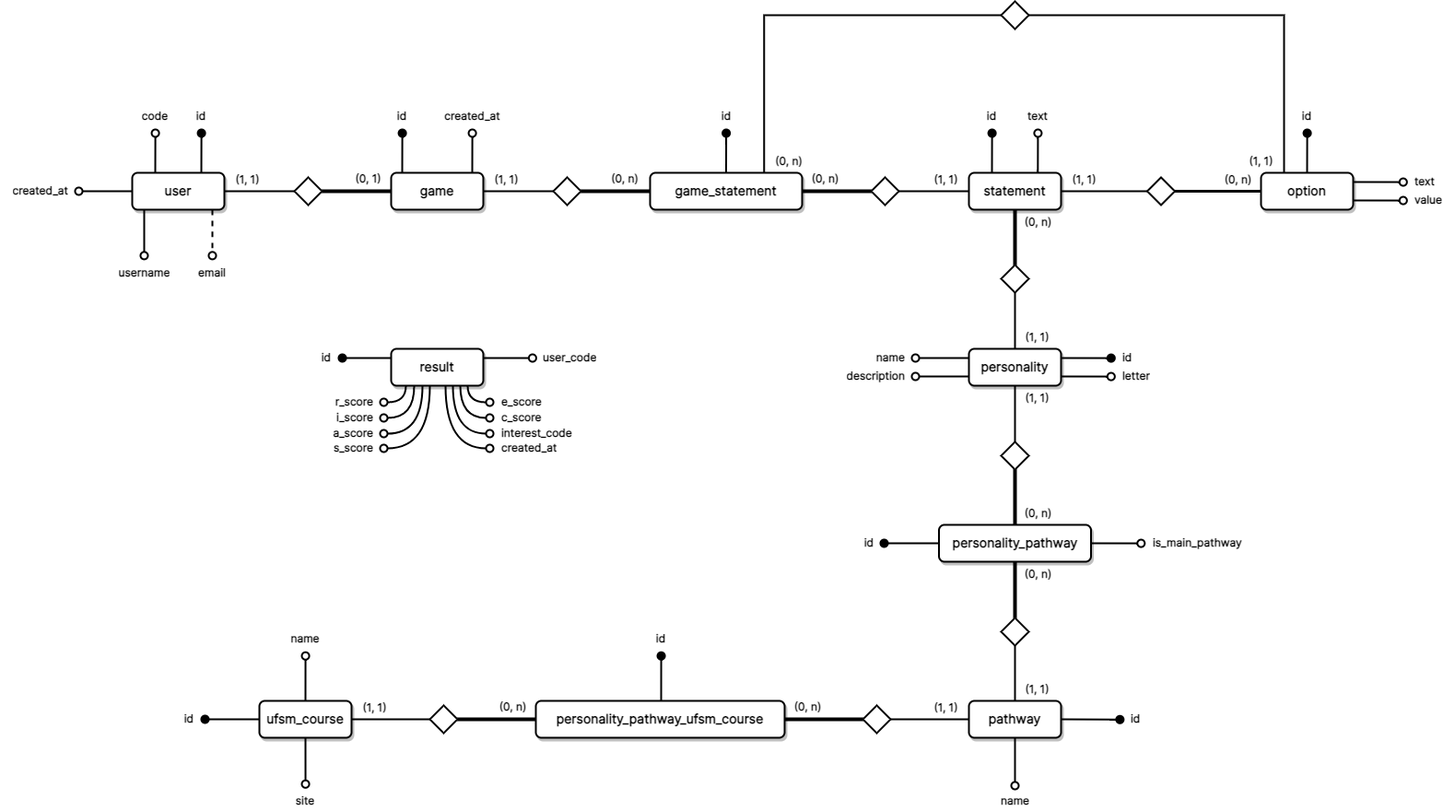
Earlier version of the draw.io export database/design/diagrama-er-peter-chen.drawio.png (elc1074-universe/universe). Source tidied: cells renumbered, new cells last; positions are measured from the earlier drawing's top-left corner, leaving out a move shared by most shapes.
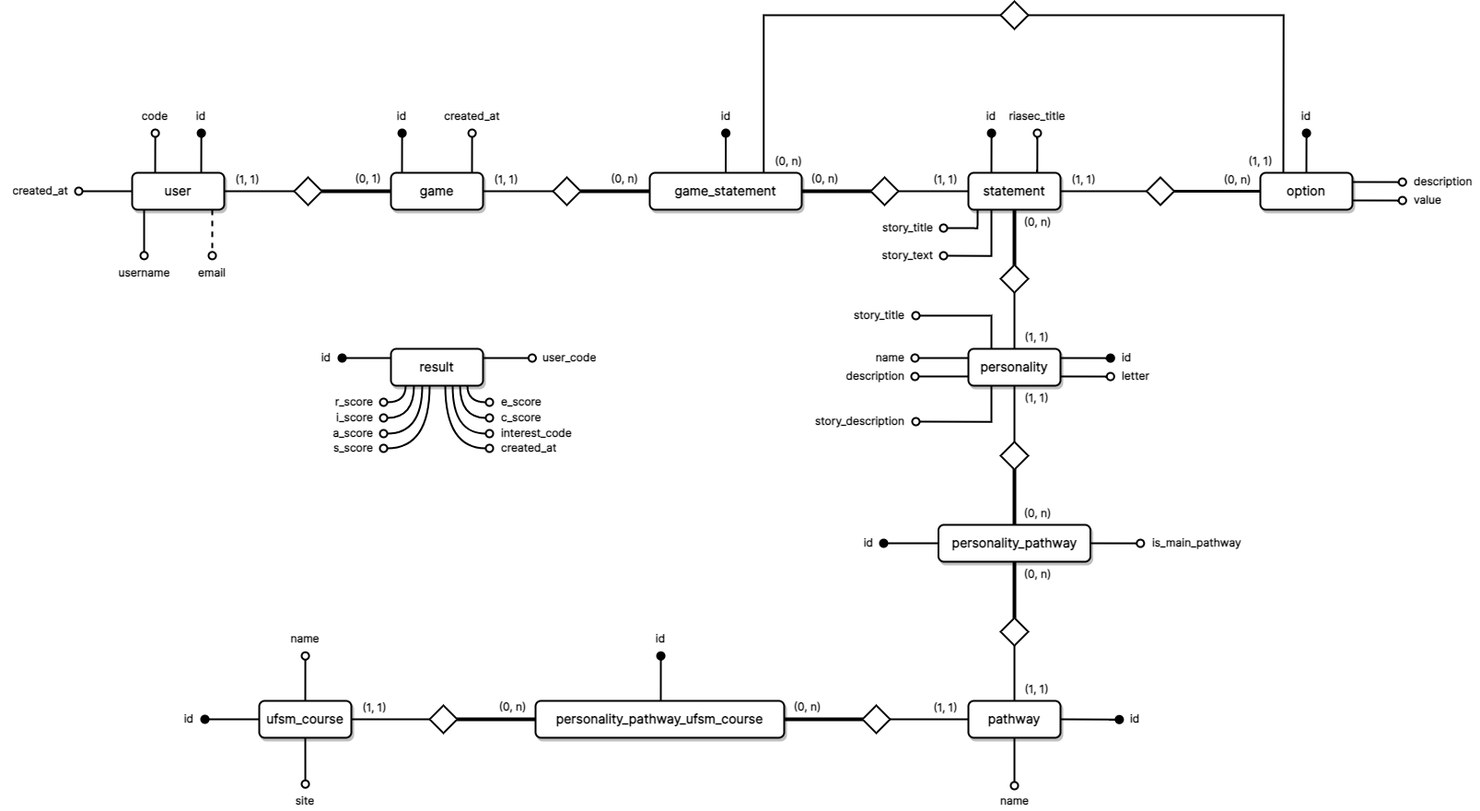
Above is the later version.

What changed in the source:
```diff
@@ -46,6 +46,22 @@
     <mxCell id="14" style="edgeStyle=none;curved=1;rounded=0;jettySize=auto;html=1;exitX=1;exitY=0.5;exitDx=0;exitDy=0;entryX=0;entryY=0.5;entryDx=0;entryDy=0;fontSize=12;startSize=8;endSize=8;endArrow=none;endFill=0;strokeWidth=2;" parent="1" edge="1" source="15" target="118">
       <mxGeometry relative="1" as="geometry" />
     </mxCell>
+    <mxCell id="133" style="edgeStyle=orthogonalEdgeStyle;rounded=0;jettySize=auto;html=1;exitX=0.25;exitY=1;exitDx=0;exitDy=0;fontSize=12;startSize=8;endSize=8;endArrow=oval;endFill=0;strokeWidth=2;" parent="1" edge="1" source="15">
+      <mxGeometry relative="1" as="geometry">
+        <mxPoint x="1024" y="276" as="targetPoint" />
+        <Array as="points">
+          <mxPoint x="1076" y="276" />
+        </Array>
+      </mxGeometry>
+    </mxCell>
+    <mxCell id="134" style="edgeStyle=orthogonalEdgeStyle;rounded=0;jettySize=auto;html=1;exitX=0.1;exitY=0.994;exitDx=0;exitDy=0;fontSize=12;startSize=8;endSize=8;endArrow=oval;endFill=0;strokeWidth=2;exitPerimeter=0;" parent="1" edge="1" source="15">
+      <mxGeometry relative="1" as="geometry">
+        <mxPoint x="1024" y="246" as="targetPoint" />
+        <Array as="points">
+          <mxPoint x="1061" y="246" />
+        </Array>
+      </mxGeometry>
+    </mxCell>
     <mxCell id="15" value="statement" style="whiteSpace=wrap;html=1;align=center;fontSize=14;strokeWidth=2;fontFamily=Inter;fontSource=https%3A%2F%2Ffonts.googleapis.com%2Fcss%3Ffamily%3DInter;fontStyle=1;shadow=1;rounded=1;" parent="1" vertex="1">
       <mxGeometry x="1051" y="186" width="100" height="40" as="geometry" />
     </mxCell>
@@ -62,6 +78,22 @@
         <mxPoint x="993" y="387" as="targetPoint" />
       </mxGeometry>
     </mxCell>
+    <mxCell id="135" style="edgeStyle=orthogonalEdgeStyle;rounded=0;jettySize=auto;html=1;exitX=0.25;exitY=0;exitDx=0;exitDy=0;fontSize=12;startSize=8;endSize=8;endArrow=oval;endFill=0;strokeWidth=2;" parent="1" edge="1" source="19">
+      <mxGeometry relative="1" as="geometry">
+        <mxPoint x="994" y="341" as="targetPoint" />
+        <Array as="points">
+          <mxPoint x="1076" y="341" />
+        </Array>
+      </mxGeometry>
+    </mxCell>
+    <mxCell id="136" style="edgeStyle=orthogonalEdgeStyle;rounded=0;jettySize=auto;html=1;exitX=0.25;exitY=1;exitDx=0;exitDy=0;fontSize=12;startSize=8;endSize=8;endArrow=oval;endFill=0;strokeWidth=2;" parent="1" edge="1" source="19">
+      <mxGeometry relative="1" as="geometry">
+        <mxPoint x="994" y="456" as="targetPoint" />
+        <Array as="points">
+          <mxPoint x="1076" y="456" />
+        </Array>
+      </mxGeometry>
+    </mxCell>
     <mxCell id="19" value="personality" style="whiteSpace=wrap;html=1;align=center;fontSize=14;strokeWidth=2;fontFamily=Inter;fontSource=https%3A%2F%2Ffonts.googleapis.com%2Fcss%3Ffamily%3DInter;fontStyle=1;shadow=1;rounded=1;" parent="1" vertex="1">
       <mxGeometry x="1051" y="377" width="100" height="40" as="geometry" />
     </mxCell>
@@ -260,8 +292,8 @@
         <mxPoint x="1125.9" y="143" as="targetPoint" />
       </mxGeometry>
     </mxCell>
-    <mxCell id="76" value="text" style="text;strokeColor=none;fillColor=none;spacingLeft=4;spacingRight=4;overflow=hidden;fontSize=12;whiteSpace=wrap;html=1;fontFamily=Inter;fontSource=https%3A%2F%2Ffonts.googleapis.com%2Fcss%3Ffamily%3DInter;align=center;verticalAlign=middle;fontStyle=1;" parent="1" vertex="1">
-      <mxGeometry x="1106" y="115" width="40" height="20" as="geometry" />
+    <mxCell id="76" value="riasec_title" style="text;strokeColor=none;fillColor=none;spacingLeft=4;spacingRight=4;overflow=hidden;fontSize=12;whiteSpace=wrap;html=1;fontFamily=Inter;fontSource=https%3A%2F%2Ffonts.googleapis.com%2Fcss%3Ffamily%3DInter;align=center;verticalAlign=middle;fontStyle=1;" parent="1" vertex="1">
+      <mxGeometry x="1088.5" y="115" width="74" height="20" as="geometry" />
     </mxCell>
     <mxCell id="77" style="edgeStyle=none;curved=1;rounded=0;orthogonalLoop=1;jettySize=auto;html=1;exitX=0.75;exitY=0;exitDx=0;exitDy=0;fontSize=12;startSize=8;endSize=8;endArrow=oval;endFill=1;strokeWidth=2;" parent="1" edge="1">
       <mxGeometry relative="1" as="geometry">
@@ -492,8 +524,8 @@
         <mxPoint x="1522.3" y="196.1" as="targetPoint" />
       </mxGeometry>
     </mxCell>
-    <mxCell id="128" value="text" style="text;strokeColor=none;fillColor=none;spacingLeft=4;spacingRight=4;overflow=hidden;fontSize=12;whiteSpace=wrap;html=1;fontFamily=Inter;fontSource=https%3A%2F%2Ffonts.googleapis.com%2Fcss%3Ffamily%3DInter;align=left;verticalAlign=middle;fontStyle=1;" parent="1" vertex="1">
-      <mxGeometry x="1529" y="186" width="49" height="20" as="geometry" />
+    <mxCell id="128" value="description" style="text;strokeColor=none;fillColor=none;spacingLeft=4;spacingRight=4;overflow=hidden;fontSize=12;whiteSpace=wrap;html=1;fontFamily=Inter;fontSource=https%3A%2F%2Ffonts.googleapis.com%2Fcss%3Ffamily%3DInter;align=left;verticalAlign=middle;fontStyle=1;" parent="1" vertex="1">
+      <mxGeometry x="1529" y="186" width="77" height="20" as="geometry" />
     </mxCell>
     <mxCell id="129" style="edgeStyle=none;curved=1;rounded=0;orthogonalLoop=1;jettySize=auto;html=1;exitX=1;exitY=0.25;exitDx=0;exitDy=0;fontSize=12;startSize=8;endSize=8;endArrow=oval;endFill=0;strokeWidth=2;" parent="1" edge="1">
       <mxGeometry relative="1" as="geometry">
@@ -513,5 +545,17 @@
     <mxCell id="132" value="created_at" style="text;strokeColor=none;fillColor=none;spacingLeft=4;spacingRight=4;overflow=hidden;fontSize=12;whiteSpace=wrap;html=1;fontFamily=Inter;fontSource=https%3A%2F%2Ffonts.googleapis.com%2Fcss%3Ffamily%3DInter;align=right;verticalAlign=middle;fontStyle=1;" parent="1" vertex="1">
       <mxGeometry y="196" width="80" height="20" as="geometry" />
     </mxCell>
+    <mxCell id="137" value="story_title" style="text;strokeColor=none;fillColor=none;spacingLeft=4;spacingRight=4;overflow=hidden;fontSize=12;whiteSpace=wrap;html=1;fontFamily=Inter;fontSource=https%3A%2F%2Ffonts.googleapis.com%2Fcss%3Ffamily%3DInter;align=right;verticalAlign=middle;fontStyle=1;" parent="1" vertex="1">
+      <mxGeometry x="916" y="331" width="72" height="20" as="geometry" />
+    </mxCell>
+    <mxCell id="138" value="story_description" style="text;strokeColor=none;fillColor=none;spacingLeft=4;spacingRight=4;overflow=hidden;fontSize=12;whiteSpace=wrap;html=1;fontFamily=Inter;fontSource=https%3A%2F%2Ffonts.googleapis.com%2Fcss%3Ffamily%3DInter;align=right;verticalAlign=middle;fontStyle=1;" parent="1" vertex="1">
+      <mxGeometry x="870" y="446" width="118" height="20" as="geometry" />
+    </mxCell>
+    <mxCell id="139" value="story_title" style="text;strokeColor=none;fillColor=none;spacingLeft=4;spacingRight=4;overflow=hidden;fontSize=12;whiteSpace=wrap;html=1;fontFamily=Inter;fontSource=https%3A%2F%2Ffonts.googleapis.com%2Fcss%3Ffamily%3DInter;align=right;verticalAlign=middle;fontStyle=1;" parent="1" vertex="1">
+      <mxGeometry x="946.5" y="236" width="72" height="20" as="geometry" />
+    </mxCell>
+    <mxCell id="140" value="story_text" style="text;strokeColor=none;fillColor=none;spacingLeft=4;spacingRight=4;overflow=hidden;fontSize=12;whiteSpace=wrap;html=1;fontFamily=Inter;fontSource=https%3A%2F%2Ffonts.googleapis.com%2Fcss%3Ffamily%3DInter;align=right;verticalAlign=middle;fontStyle=1;" parent="1" vertex="1">
+      <mxGeometry x="948" y="266" width="71" height="20" as="geometry" />
+    </mxCell>
   </root>
 </mxGraphModel>
```
